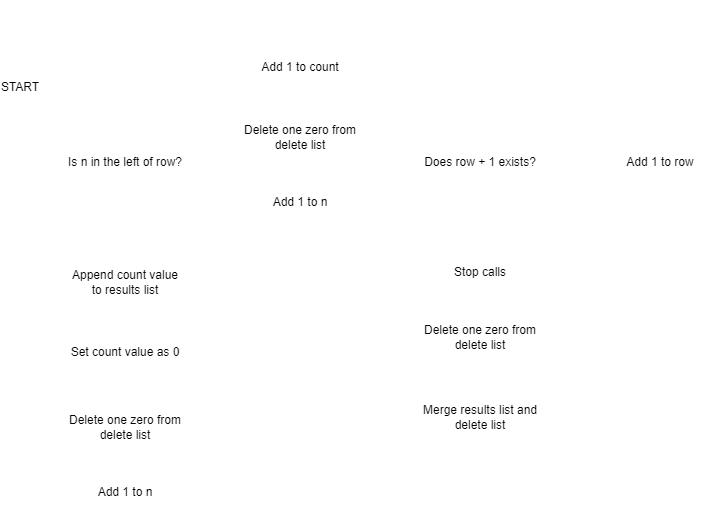
Above: Atod_Clusters_Map.png in Thezra/Atod_Clusters (draw.io), before the change. Source tidied: cells renumbered, new cells last; positions are measured from the earlier drawing's top-left corner, leaving out a move shared by most shapes.
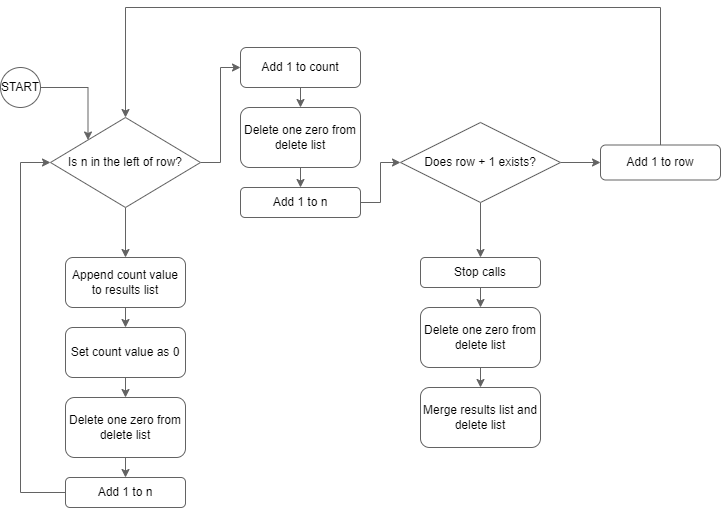
After the change.

Commit message:
Diagram color gray

Change to the diagram source:
```diff
@@ -2,16 +2,16 @@
   <root>
     <mxCell id="0" />
     <mxCell id="1" parent="0" />
-    <mxCell id="2" style="edgeStyle=orthogonalEdgeStyle;rounded=0;jettySize=auto;html=1;exitX=1;exitY=0.5;exitDx=0;exitDy=0;entryX=0;entryY=0.5;entryDx=0;entryDy=0;strokeColor=#FFFFFF;" parent="1" edge="1" source="4" target="20">
+    <mxCell id="2" style="edgeStyle=orthogonalEdgeStyle;rounded=0;jettySize=auto;html=1;exitX=1;exitY=0.5;exitDx=0;exitDy=0;entryX=0;entryY=0.5;entryDx=0;entryDy=0;strokeColor=#636363;" parent="1" edge="1" source="4" target="20">
       <mxGeometry relative="1" as="geometry" />
     </mxCell>
-    <mxCell id="3" style="edgeStyle=orthogonalEdgeStyle;rounded=0;jettySize=auto;html=1;exitX=0.5;exitY=1;exitDx=0;exitDy=0;entryX=0.5;entryY=0;entryDx=0;entryDy=0;strokeColor=#FFFFFF;" parent="1" edge="1" source="4" target="8">
+    <mxCell id="3" style="edgeStyle=orthogonalEdgeStyle;rounded=0;jettySize=auto;html=1;exitX=0.5;exitY=1;exitDx=0;exitDy=0;entryX=0.5;entryY=0;entryDx=0;entryDy=0;strokeColor=#636363;" parent="1" edge="1" source="4" target="8">
       <mxGeometry relative="1" as="geometry" />
     </mxCell>
-    <mxCell id="4" value="Is n in the left of row?" style="rhombus;whiteSpace=wrap;html=1;strokeColor=#FFFFFF;" parent="1" vertex="1">
+    <mxCell id="4" value="Is n in the left of row?" style="rhombus;whiteSpace=wrap;html=1;strokeColor=#636363;" parent="1" vertex="1">
       <mxGeometry x="50" y="110" width="150" height="90" as="geometry" />
     </mxCell>
-    <mxCell id="5" style="edgeStyle=orthogonalEdgeStyle;rounded=0;jettySize=auto;html=1;exitX=0.5;exitY=0;exitDx=0;exitDy=0;entryX=0.5;entryY=0;entryDx=0;entryDy=0;strokeColor=#FFFFFF;" parent="1" edge="1" source="6" target="4">
+    <mxCell id="5" style="edgeStyle=orthogonalEdgeStyle;rounded=0;jettySize=auto;html=1;exitX=0.5;exitY=0;exitDx=0;exitDy=0;entryX=0.5;entryY=0;entryDx=0;entryDy=0;strokeColor=#636363;" parent="1" edge="1" source="6" target="4">
       <mxGeometry relative="1" as="geometry">
         <Array as="points">
           <mxPoint x="660" />
@@ -19,13 +19,13 @@
         </Array>
       </mxGeometry>
     </mxCell>
-    <mxCell id="6" value="Add 1 to row" style="rounded=1;whiteSpace=wrap;html=1;strokeColor=#FFFFFF;" parent="1" vertex="1">
+    <mxCell id="6" value="Add 1 to row" style="rounded=1;whiteSpace=wrap;html=1;strokeColor=#636363;" parent="1" vertex="1">
       <mxGeometry x="600" y="137.5" width="120" height="35" as="geometry" />
     </mxCell>
-    <mxCell id="7" style="edgeStyle=orthogonalEdgeStyle;rounded=0;html=1;exitX=0.5;exitY=1;exitDx=0;exitDy=0;strokeColor=#FFFFFF;" parent="1" edge="1" source="8" target="32">
+    <mxCell id="7" style="edgeStyle=orthogonalEdgeStyle;rounded=0;html=1;exitX=0.5;exitY=1;exitDx=0;exitDy=0;strokeColor=#636363;" parent="1" edge="1" source="8" target="32">
       <mxGeometry relative="1" as="geometry" />
     </mxCell>
-    <mxCell id="8" value="Append count value to results list" style="rounded=1;whiteSpace=wrap;html=1;strokeColor=#FFFFFF;" parent="1" vertex="1">
+    <mxCell id="8" value="Append count value to results list" style="rounded=1;whiteSpace=wrap;html=1;strokeColor=#636363;" parent="1" vertex="1">
       <mxGeometry x="65" y="250" width="120" height="50" as="geometry" />
     </mxCell>
     <mxCell id="9" value="yes" style="text;html=1;align=center;verticalAlign=middle;strokeColor=none;fillColor=none;fontColor=#FFFFFF;spacing=2;fontStyle=1;fontSize=11;" parent="1" vertex="1">
@@ -34,19 +34,19 @@
     <mxCell id="10" value="no" style="text;html=1;align=center;verticalAlign=middle;strokeColor=none;fillColor=none;spacing=2;fontStyle=1;fontSize=11;fontColor=#FFFFFF;" parent="1" vertex="1">
       <mxGeometry x="120" y="210" width="40" height="30" as="geometry" />
     </mxCell>
-    <mxCell id="11" style="edgeStyle=orthogonalEdgeStyle;rounded=0;jettySize=auto;html=1;exitX=0.5;exitY=1;exitDx=0;exitDy=0;entryX=0.5;entryY=0;entryDx=0;entryDy=0;strokeColor=#FFFFFF;" parent="1" edge="1" source="13" target="15">
+    <mxCell id="11" style="edgeStyle=orthogonalEdgeStyle;rounded=0;jettySize=auto;html=1;exitX=0.5;exitY=1;exitDx=0;exitDy=0;entryX=0.5;entryY=0;entryDx=0;entryDy=0;strokeColor=#636363;" parent="1" edge="1" source="13" target="15">
       <mxGeometry relative="1" as="geometry" />
     </mxCell>
-    <mxCell id="12" style="edgeStyle=orthogonalEdgeStyle;rounded=0;jettySize=auto;html=1;exitX=1;exitY=0.5;exitDx=0;exitDy=0;entryX=0;entryY=0.5;entryDx=0;entryDy=0;strokeColor=#FFFFFF;" parent="1" edge="1" source="13" target="6">
+    <mxCell id="12" style="edgeStyle=orthogonalEdgeStyle;rounded=0;jettySize=auto;html=1;exitX=1;exitY=0.5;exitDx=0;exitDy=0;entryX=0;entryY=0.5;entryDx=0;entryDy=0;strokeColor=#636363;" parent="1" edge="1" source="13" target="6">
       <mxGeometry relative="1" as="geometry" />
     </mxCell>
-    <mxCell id="13" value="Does row + 1 exists?" style="rhombus;whiteSpace=wrap;html=1;strokeColor=#FFFFFF;" parent="1" vertex="1">
+    <mxCell id="13" value="Does row + 1 exists?" style="rhombus;whiteSpace=wrap;html=1;strokeColor=#636363;" parent="1" vertex="1">
       <mxGeometry x="400" y="115" width="160" height="80" as="geometry" />
     </mxCell>
-    <mxCell id="14" style="edgeStyle=orthogonalEdgeStyle;rounded=0;html=1;exitX=0.5;exitY=1;exitDx=0;exitDy=0;entryX=0.5;entryY=0;entryDx=0;entryDy=0;strokeColor=#FFFFFF;" parent="1" edge="1" source="15" target="34">
+    <mxCell id="14" style="edgeStyle=orthogonalEdgeStyle;rounded=0;html=1;exitX=0.5;exitY=1;exitDx=0;exitDy=0;entryX=0.5;entryY=0;entryDx=0;entryDy=0;strokeColor=#636363;" parent="1" edge="1" source="15" target="34">
       <mxGeometry relative="1" as="geometry" />
     </mxCell>
-    <mxCell id="15" value="Stop calls" style="rounded=1;whiteSpace=wrap;html=1;fillColor=default;strokeColor=#FFFFFF;" parent="1" vertex="1">
+    <mxCell id="15" value="Stop calls" style="rounded=1;whiteSpace=wrap;html=1;fillColor=default;strokeColor=#636363;" parent="1" vertex="1">
       <mxGeometry x="420" y="250" width="120" height="30" as="geometry" />
     </mxCell>
     <mxCell id="16" value="yes" style="text;html=1;align=center;verticalAlign=middle;strokeColor=none;fillColor=none;fontColor=#FFFFFF;spacing=2;fontStyle=1;fontSize=11;" parent="1" vertex="1">
@@ -55,40 +55,40 @@
     <mxCell id="17" value="no" style="text;html=1;align=center;verticalAlign=middle;strokeColor=none;fillColor=none;fontColor=#FFFFFF;spacing=2;fontStyle=1;fontSize=11;" parent="1" vertex="1">
       <mxGeometry x="450" y="210" width="40" height="30" as="geometry" />
     </mxCell>
-    <mxCell id="18" style="edgeStyle=orthogonalEdgeStyle;rounded=0;jettySize=auto;html=1;entryX=0;entryY=0.5;entryDx=0;entryDy=0;strokeColor=#FFFFFF;" parent="1" edge="1" source="26" target="13">
+    <mxCell id="18" style="edgeStyle=orthogonalEdgeStyle;rounded=0;jettySize=auto;html=1;entryX=0;entryY=0.5;entryDx=0;entryDy=0;strokeColor=#636363;" parent="1" edge="1" source="26" target="13">
       <mxGeometry relative="1" as="geometry" />
     </mxCell>
-    <mxCell id="19" style="edgeStyle=orthogonalEdgeStyle;rounded=0;html=1;exitX=0.5;exitY=1;exitDx=0;exitDy=0;entryX=0.5;entryY=0;entryDx=0;entryDy=0;strokeColor=#FFFFFF;" parent="1" edge="1" source="20" target="25">
+    <mxCell id="19" style="edgeStyle=orthogonalEdgeStyle;rounded=0;html=1;exitX=0.5;exitY=1;exitDx=0;exitDy=0;entryX=0.5;entryY=0;entryDx=0;entryDy=0;strokeColor=#636363;" parent="1" edge="1" source="20" target="25">
       <mxGeometry relative="1" as="geometry" />
     </mxCell>
-    <mxCell id="20" value="Add 1 to count" style="rounded=1;whiteSpace=wrap;html=1;strokeColor=#FFFFFF;" parent="1" vertex="1">
+    <mxCell id="20" value="Add 1 to count" style="rounded=1;whiteSpace=wrap;html=1;strokeColor=#636363;" parent="1" vertex="1">
       <mxGeometry x="240" y="40" width="120" height="40" as="geometry" />
     </mxCell>
-    <mxCell id="21" value="Merge results list and delete list" style="rounded=1;whiteSpace=wrap;html=1;strokeColor=#FFFFFF;" parent="1" vertex="1">
+    <mxCell id="21" value="Merge results list and delete list" style="rounded=1;whiteSpace=wrap;html=1;strokeColor=#636363;" parent="1" vertex="1">
       <mxGeometry x="420" y="380" width="120" height="60" as="geometry" />
     </mxCell>
-    <mxCell id="22" style="edgeStyle=orthogonalEdgeStyle;html=1;exitX=1;exitY=0.5;exitDx=0;exitDy=0;entryX=0;entryY=0;entryDx=0;entryDy=0;rounded=0;strokeColor=#FFFFFF;" parent="1" edge="1" source="23" target="4">
+    <mxCell id="22" style="edgeStyle=orthogonalEdgeStyle;html=1;exitX=1;exitY=0.5;exitDx=0;exitDy=0;entryX=0;entryY=0;entryDx=0;entryDy=0;rounded=0;strokeColor=#636363;" parent="1" edge="1" source="23" target="4">
       <mxGeometry relative="1" as="geometry" />
     </mxCell>
-    <mxCell id="23" value="START" style="ellipse;whiteSpace=wrap;html=1;strokeColor=#FFFFFF;" parent="1" vertex="1">
+    <mxCell id="23" value="START" style="ellipse;whiteSpace=wrap;html=1;strokeColor=#636363;" parent="1" vertex="1">
       <mxGeometry y="60" width="40" height="40" as="geometry" />
     </mxCell>
-    <mxCell id="24" style="edgeStyle=orthogonalEdgeStyle;rounded=0;html=1;exitX=0.5;exitY=1;exitDx=0;exitDy=0;entryX=0.5;entryY=0;entryDx=0;entryDy=0;strokeColor=#FFFFFF;" parent="1" edge="1" source="25" target="26">
+    <mxCell id="24" style="edgeStyle=orthogonalEdgeStyle;rounded=0;html=1;exitX=0.5;exitY=1;exitDx=0;exitDy=0;entryX=0.5;entryY=0;entryDx=0;entryDy=0;strokeColor=#636363;" parent="1" edge="1" source="25" target="26">
       <mxGeometry relative="1" as="geometry" />
     </mxCell>
-    <mxCell id="25" value="Delete one zero from delete list" style="rounded=1;whiteSpace=wrap;html=1;strokeColor=#FFFFFF;" parent="1" vertex="1">
+    <mxCell id="25" value="Delete one zero from delete list" style="rounded=1;whiteSpace=wrap;html=1;strokeColor=#636363;" parent="1" vertex="1">
       <mxGeometry x="240" y="100" width="120" height="60" as="geometry" />
     </mxCell>
-    <mxCell id="26" value="Add 1 to n" style="rounded=1;whiteSpace=wrap;html=1;strokeColor=#FFFFFF;" parent="1" vertex="1">
+    <mxCell id="26" value="Add 1 to n" style="rounded=1;whiteSpace=wrap;html=1;strokeColor=#636363;" parent="1" vertex="1">
       <mxGeometry x="240" y="180" width="120" height="30" as="geometry" />
     </mxCell>
-    <mxCell id="27" style="edgeStyle=orthogonalEdgeStyle;rounded=0;html=1;exitX=0.5;exitY=1;exitDx=0;exitDy=0;entryX=0.5;entryY=0;entryDx=0;entryDy=0;strokeColor=#FFFFFF;" parent="1" edge="1" source="28" target="30">
+    <mxCell id="27" style="edgeStyle=orthogonalEdgeStyle;rounded=0;html=1;exitX=0.5;exitY=1;exitDx=0;exitDy=0;entryX=0.5;entryY=0;entryDx=0;entryDy=0;strokeColor=#636363;" parent="1" edge="1" source="28" target="30">
       <mxGeometry relative="1" as="geometry" />
     </mxCell>
-    <mxCell id="28" value="Delete one zero from delete list" style="rounded=1;whiteSpace=wrap;html=1;strokeColor=#FFFFFF;" parent="1" vertex="1">
+    <mxCell id="28" value="Delete one zero from delete list" style="rounded=1;whiteSpace=wrap;html=1;strokeColor=#636363;" parent="1" vertex="1">
       <mxGeometry x="65" y="390" width="120" height="60" as="geometry" />
     </mxCell>
-    <mxCell id="29" style="edgeStyle=orthogonalEdgeStyle;rounded=0;html=1;exitX=0;exitY=0.5;exitDx=0;exitDy=0;entryX=0;entryY=0.5;entryDx=0;entryDy=0;strokeColor=#FFFFFF;" parent="1" edge="1" source="30" target="4">
+    <mxCell id="29" style="edgeStyle=orthogonalEdgeStyle;rounded=0;html=1;exitX=0;exitY=0.5;exitDx=0;exitDy=0;entryX=0;entryY=0.5;entryDx=0;entryDy=0;strokeColor=#636363;" parent="1" edge="1" source="30" target="4">
       <mxGeometry relative="1" as="geometry">
         <Array as="points">
           <mxPoint x="20" y="485" />
@@ -96,19 +96,19 @@
         </Array>
       </mxGeometry>
     </mxCell>
-    <mxCell id="30" value="Add 1 to n" style="rounded=1;whiteSpace=wrap;html=1;strokeColor=#FFFFFF;" parent="1" vertex="1">
+    <mxCell id="30" value="Add 1 to n" style="rounded=1;whiteSpace=wrap;html=1;strokeColor=#636363;" parent="1" vertex="1">
       <mxGeometry x="65" y="470" width="120" height="30" as="geometry" />
     </mxCell>
-    <mxCell id="31" style="edgeStyle=orthogonalEdgeStyle;rounded=0;html=1;exitX=0.5;exitY=1;exitDx=0;exitDy=0;entryX=0.5;entryY=0;entryDx=0;entryDy=0;strokeColor=#FFFFFF;" parent="1" edge="1" source="32" target="28">
+    <mxCell id="31" style="edgeStyle=orthogonalEdgeStyle;rounded=0;html=1;exitX=0.5;exitY=1;exitDx=0;exitDy=0;entryX=0.5;entryY=0;entryDx=0;entryDy=0;strokeColor=#636363;" parent="1" edge="1" source="32" target="28">
       <mxGeometry relative="1" as="geometry" />
     </mxCell>
-    <mxCell id="32" value="Set count value as 0" style="rounded=1;whiteSpace=wrap;html=1;strokeColor=#FFFFFF;" parent="1" vertex="1">
+    <mxCell id="32" value="Set count value as 0" style="rounded=1;whiteSpace=wrap;html=1;strokeColor=#636363;" parent="1" vertex="1">
       <mxGeometry x="65" y="320" width="120" height="50" as="geometry" />
     </mxCell>
-    <mxCell id="33" style="edgeStyle=orthogonalEdgeStyle;rounded=0;html=1;exitX=0.5;exitY=1;exitDx=0;exitDy=0;entryX=0.5;entryY=0;entryDx=0;entryDy=0;strokeColor=#FFFFFF;" parent="1" edge="1" source="34" target="21">
+    <mxCell id="33" style="edgeStyle=orthogonalEdgeStyle;rounded=0;html=1;exitX=0.5;exitY=1;exitDx=0;exitDy=0;entryX=0.5;entryY=0;entryDx=0;entryDy=0;strokeColor=#636363;" parent="1" edge="1" source="34" target="21">
       <mxGeometry relative="1" as="geometry" />
     </mxCell>
-    <mxCell id="34" value="Delete one zero from delete list" style="rounded=1;whiteSpace=wrap;html=1;strokeColor=#FFFFFF;" parent="1" vertex="1">
+    <mxCell id="34" value="Delete one zero from delete list" style="rounded=1;whiteSpace=wrap;html=1;strokeColor=#636363;" parent="1" vertex="1">
       <mxGeometry x="420" y="300" width="120" height="60" as="geometry" />
     </mxCell>
   </root>
```
